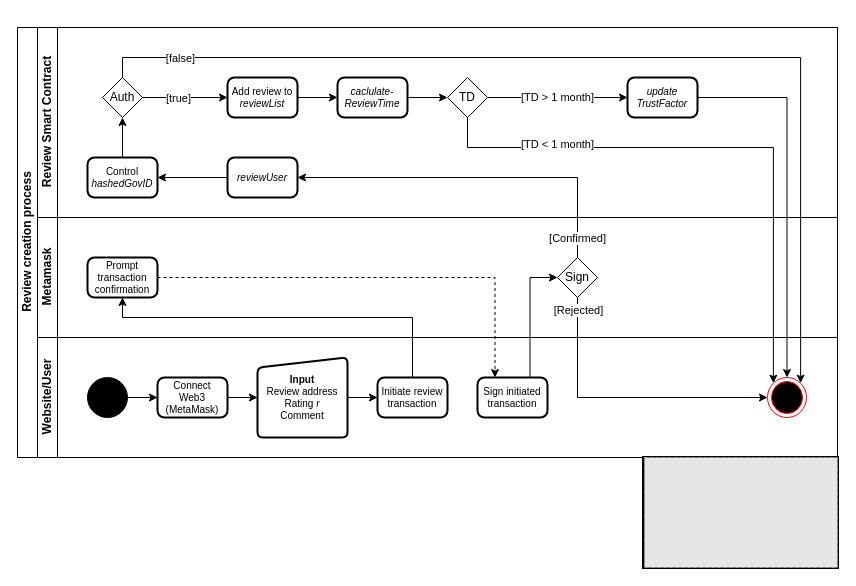
Before: Block Review.drawio in PaulMoustakas/Project-T, a draw.io diagram. Source tidied: cells renumbered, new cells numbered last; positions are measured from the earlier drawing's top-left corner, leaving out a move shared by most shapes. Both pictures are drawn from the tidied source at 100%, with x=0, y=0 at pixel (17, 27). Pictures stored in the file or linked from it are replaced by grey dashed boxes.
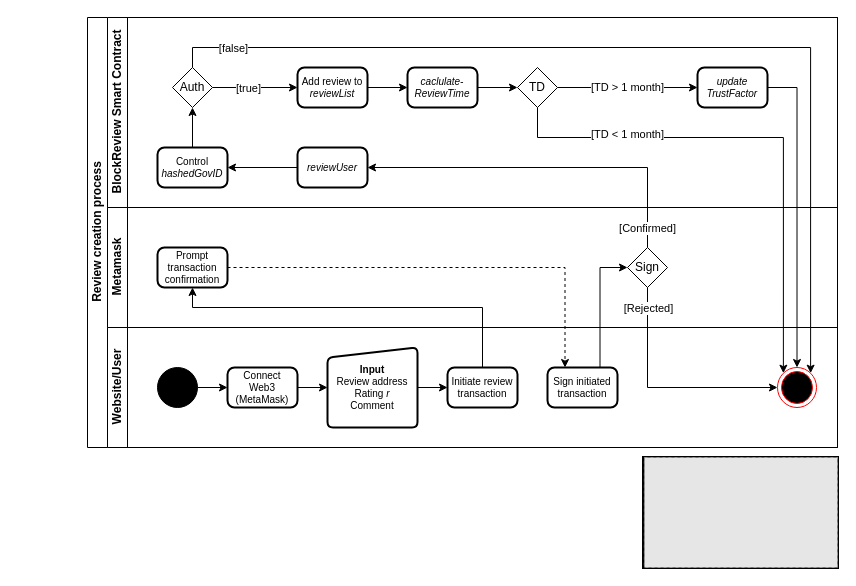
The same diagram, later.

Unchanged cells that the change refers to:
```xml
<mxCell id="15" value="Auth" style="rhombus;whiteSpace=wrap;html=1;fontFamily=Helvetica;fontSize=12;fontColor=#000000;align=center;" parent="3" vertex="1">
  <mxGeometry x="65" y="50" width="40" height="40" as="geometry" />
</mxCell>
<mxCell id="17" value="TD" style="rhombus;whiteSpace=wrap;html=1;fontFamily=Helvetica;fontSize=12;fontColor=#000000;align=center;" parent="3" vertex="1">
  <mxGeometry x="410" y="50" width="40" height="40" as="geometry" />
</mxCell>
<mxCell id="31" style="edgeStyle=orthogonalEdgeStyle;rounded=0;jettySize=auto;html=1;exitX=0.5;exitY=1;exitDx=0;exitDy=0;entryX=0;entryY=0.5;entryDx=0;entryDy=0;" parent="2" edge="1" source="20" target="30">
  <mxGeometry relative="1" as="geometry">
    <Array as="points">
      <mxPoint x="560" y="370" />
    </Array>
  </mxGeometry>
</mxCell>
```

The edit, as a diff of the source:
```diff
@@
     <mxCell id="2" value="Review creation process" style="swimlane;html=1;horizontal=0;startSize=20;" parent="1" vertex="1">
-      <mxGeometry width="820" height="430" as="geometry" />
+      <mxGeometry x="70" y="-10" width="750" height="430" as="geometry" />
     </mxCell>
-    <mxCell id="3" value="Review Smart Contract" style="swimlane;html=1;startSize=20;horizontal=0;" parent="2" vertex="1">
-      <mxGeometry x="20" width="800" height="190" as="geometry" />
+    <mxCell id="3" value="BlockReview Smart Contract" style="swimlane;html=1;startSize=20;horizontal=0;" parent="2" vertex="1">
+      <mxGeometry x="20" width="730" height="190" as="geometry" />
     </mxCell>
@@
     <mxCell id="18" value="Metamask" style="swimlane;html=1;startSize=20;horizontal=0;" parent="2" vertex="1">
-      <mxGeometry x="20" y="190" width="800" height="120" as="geometry" />
+      <mxGeometry x="20" y="190" width="730" height="120" as="geometry" />
     </mxCell>
@@
     <mxCell id="21" value="Website/User" style="swimlane;html=1;startSize=20;horizontal=0;" parent="2" vertex="1">
-      <mxGeometry x="20" y="310" width="800" height="120" as="geometry" />
+      <mxGeometry x="20" y="310" width="730" height="120" as="geometry" />
     </mxCell>
@@
     <mxCell id="30" style="ellipse;html=1;shape=endState;fillColor=#000000;strokeColor=#ff0000;fontSize=9;" parent="21" vertex="1">
-      <mxGeometry x="730" y="40" width="39" height="40" as="geometry" />
+      <mxGeometry x="670" y="40" width="39" height="40" as="geometry" />
     </mxCell>
@@
     <mxCell id="32" value="[Rejected]" style="edgeLabel;html=1;align=center;verticalAlign=middle;" parent="31" vertex="1">
       <mxGeometry x="-0.58" relative="1" as="geometry">
-        <mxPoint y="-49" as="offset" />
+        <mxPoint y="-28" as="offset" />
       </mxGeometry>
     </mxCell>
     <mxCell id="33" style="edgeStyle=orthogonalEdgeStyle;rounded=0;jettySize=auto;html=1;exitX=0.5;exitY=0;exitDx=0;exitDy=0;entryX=1;entryY=0;entryDx=0;entryDy=0;" parent="2" edge="1" source="15" target="30">
       <mxGeometry relative="1" as="geometry">
         <Array as="points">
           <mxPoint x="105" y="30" />
-          <mxPoint x="783" y="30" />
+          <mxPoint x="723" y="30" />
         </Array>
       </mxGeometry>
     </mxCell>
@@
     <mxCell id="41" style="edgeStyle=orthogonalEdgeStyle;rounded=0;jettySize=auto;html=1;exitX=0.5;exitY=1;exitDx=0;exitDy=0;entryX=0;entryY=0;entryDx=0;entryDy=0;" parent="2" edge="1" source="17" target="30">
       <mxGeometry relative="1" as="geometry">
         <Array as="points">
           <mxPoint x="450" y="120" />
-          <mxPoint x="756" y="120" />
+          <mxPoint x="696" y="120" />
         </Array>
       </mxGeometry>
     </mxCell>
     <mxCell id="42" value="[TD &amp;lt; 1 month]" style="edgeLabel;html=1;align=center;verticalAlign=middle;" parent="41" vertex="1">
       <mxGeometry x="-0.64" y="4" relative="1" as="geometry">
-        <mxPoint x="16" as="offset" />
+        <mxPoint x="27" as="offset" />
       </mxGeometry>
     </mxCell>
```
